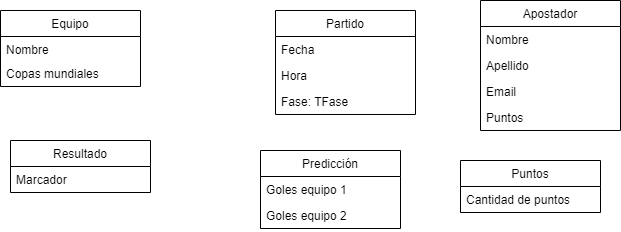
Above: Diagrama_de_clases.png in AFungo/Prode-AYDS2022-BAF (draw.io), before the change. Source tidied: cells renumbered, new cells last; positions are measured from the earlier drawing's top-left corner, leaving out a move shared by most shapes. The source it was exported from:
```xml
<mxGraphModel>
  <root>
    <mxCell id="0" />
    <mxCell id="1" parent="0" />
    <mxCell id="2" value="Equipo" style="swimlane;fontStyle=0;horizontal=1;startSize=26;fillColor=none;" parent="1" vertex="1">
      <mxGeometry y="10" width="140" height="76" as="geometry" />
    </mxCell>
    <mxCell id="3" value="Nombre" style="text;strokeColor=none;fillColor=none;align=left;verticalAlign=top;spacingLeft=4;spacingRight=4;overflow=hidden;" parent="2" vertex="1">
      <mxGeometry y="26" width="140" height="24" as="geometry" />
    </mxCell>
    <mxCell id="4" value="Copas mundiales" style="text;strokeColor=none;fillColor=none;align=left;verticalAlign=top;spacingLeft=4;spacingRight=4;overflow=hidden;points=[[0,0.5],[1,0.5]];portConstraint=eastwest;" parent="2" vertex="1">
      <mxGeometry y="50" width="140" height="26" as="geometry" />
    </mxCell>
    <mxCell id="5" value="Partido" style="swimlane;fontStyle=0;horizontal=1;startSize=26;fillColor=none;" parent="1" vertex="1">
      <mxGeometry x="275" y="10" width="140" height="104" as="geometry" />
    </mxCell>
    <mxCell id="6" value="Fecha" style="text;strokeColor=none;fillColor=none;align=left;verticalAlign=top;spacingLeft=4;spacingRight=4;overflow=hidden;points=[[0,0.5],[1,0.5]];portConstraint=eastwest;" parent="5" vertex="1">
      <mxGeometry y="26" width="140" height="26" as="geometry" />
    </mxCell>
    <mxCell id="7" value="Hora" style="text;strokeColor=none;fillColor=none;align=left;verticalAlign=top;spacingLeft=4;spacingRight=4;overflow=hidden;" parent="5" vertex="1">
      <mxGeometry y="52" width="140" height="26" as="geometry" />
    </mxCell>
    <mxCell id="8" value="Fase: TFase" style="text;strokeColor=none;fillColor=none;align=left;verticalAlign=top;spacingLeft=4;spacingRight=4;overflow=hidden;points=[[0,0.5],[1,0.5]];portConstraint=eastwest;" parent="5" vertex="1">
      <mxGeometry y="78" width="140" height="26" as="geometry" />
    </mxCell>
    <mxCell id="9" value="Apostador" style="swimlane;fontStyle=0;horizontal=1;startSize=26;fillColor=none;" parent="1" vertex="1">
      <mxGeometry x="480" width="140" height="130" as="geometry" />
    </mxCell>
    <mxCell id="10" value="Nombre" style="text;strokeColor=none;fillColor=none;align=left;verticalAlign=top;spacingLeft=4;spacingRight=4;overflow=hidden;" parent="9" vertex="1">
      <mxGeometry y="26" width="140" height="26" as="geometry" />
    </mxCell>
    <mxCell id="11" value="Apellido" style="text;strokeColor=none;fillColor=none;align=left;verticalAlign=top;spacingLeft=4;spacingRight=4;overflow=hidden;" parent="9" vertex="1">
      <mxGeometry y="52" width="140" height="26" as="geometry" />
    </mxCell>
    <mxCell id="12" value="Email&#10;&#10;" style="text;strokeColor=none;fillColor=none;align=left;verticalAlign=top;spacingLeft=4;spacingRight=4;overflow=hidden;" parent="9" vertex="1">
      <mxGeometry y="78" width="140" height="26" as="geometry" />
    </mxCell>
    <mxCell id="13" value="Puntos" style="text;strokeColor=none;fillColor=none;align=left;verticalAlign=top;spacingLeft=4;spacingRight=4;overflow=hidden;points=[[0,0.5],[1,0.5]];portConstraint=eastwest;" parent="9" vertex="1">
      <mxGeometry y="104" width="140" height="26" as="geometry" />
    </mxCell>
    <mxCell id="14" value="Resultado" style="swimlane;fontStyle=0;horizontal=1;startSize=26;fillColor=none;" parent="1" vertex="1">
      <mxGeometry x="10" y="140" width="140" height="52" as="geometry" />
    </mxCell>
    <mxCell id="15" value="Marcador" style="text;strokeColor=none;fillColor=none;align=left;verticalAlign=top;spacingLeft=4;spacingRight=4;overflow=hidden;points=[[0,0.5],[1,0.5]];portConstraint=eastwest;" parent="14" vertex="1">
      <mxGeometry y="26" width="140" height="26" as="geometry" />
    </mxCell>
    <mxCell id="16" value="Predicción" style="swimlane;fontStyle=0;horizontal=1;startSize=26;fillColor=none;" parent="1" vertex="1">
      <mxGeometry x="260" y="150" width="140" height="78" as="geometry" />
    </mxCell>
    <mxCell id="17" value="Goles equipo 1" style="text;strokeColor=none;fillColor=none;align=left;verticalAlign=top;spacingLeft=4;spacingRight=4;overflow=hidden;points=[[0,0.5],[1,0.5]];portConstraint=eastwest;" parent="16" vertex="1">
      <mxGeometry y="26" width="140" height="26" as="geometry" />
    </mxCell>
    <mxCell id="18" value="Goles equipo 2" style="text;strokeColor=none;fillColor=none;align=left;verticalAlign=top;spacingLeft=4;spacingRight=4;overflow=hidden;" parent="16" vertex="1">
      <mxGeometry y="52" width="140" height="26" as="geometry" />
    </mxCell>
    <mxCell id="19" value="Puntos" style="swimlane;fontStyle=0;horizontal=1;startSize=26;fillColor=none;" parent="1" vertex="1">
      <mxGeometry x="460" y="160" width="140" height="52" as="geometry" />
    </mxCell>
    <mxCell id="20" value="Cantidad de puntos" style="text;strokeColor=none;fillColor=none;align=left;verticalAlign=top;spacingLeft=4;spacingRight=4;overflow=hidden;" parent="19" vertex="1">
      <mxGeometry y="26" width="140" height="26" as="geometry" />
    </mxCell>
  </root>
</mxGraphModel>
```
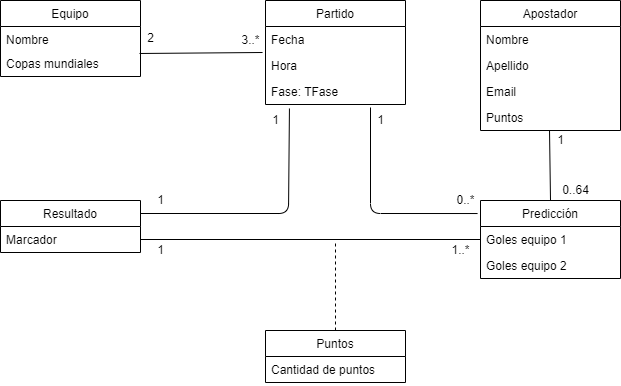
The same file after the commit.

Commit message:
Relaciones y multiplicidad hechas

Diff of the diagram source:
```diff
@@ -12,7 +12,7 @@
       <mxGeometry y="50" width="140" height="26" as="geometry" />
     </mxCell>
     <mxCell id="5" value="Partido" style="swimlane;fontStyle=0;horizontal=1;startSize=26;fillColor=none;" parent="1" vertex="1">
-      <mxGeometry x="275" y="10" width="140" height="104" as="geometry" />
+      <mxGeometry x="265" y="10" width="140" height="104" as="geometry" />
     </mxCell>
     <mxCell id="6" value="Fecha" style="text;strokeColor=none;fillColor=none;align=left;verticalAlign=top;spacingLeft=4;spacingRight=4;overflow=hidden;points=[[0,0.5],[1,0.5]];portConstraint=eastwest;" parent="5" vertex="1">
       <mxGeometry y="26" width="140" height="26" as="geometry" />
@@ -24,7 +24,7 @@
       <mxGeometry y="78" width="140" height="26" as="geometry" />
     </mxCell>
     <mxCell id="9" value="Apostador" style="swimlane;fontStyle=0;horizontal=1;startSize=26;fillColor=none;" parent="1" vertex="1">
-      <mxGeometry x="480" width="140" height="130" as="geometry" />
+      <mxGeometry x="480" y="10" width="140" height="130" as="geometry" />
     </mxCell>
     <mxCell id="10" value="Nombre" style="text;strokeColor=none;fillColor=none;align=left;verticalAlign=top;spacingLeft=4;spacingRight=4;overflow=hidden;" parent="9" vertex="1">
       <mxGeometry y="26" width="140" height="26" as="geometry" />
@@ -39,13 +39,13 @@
       <mxGeometry y="104" width="140" height="26" as="geometry" />
     </mxCell>
     <mxCell id="14" value="Resultado" style="swimlane;fontStyle=0;horizontal=1;startSize=26;fillColor=none;" parent="1" vertex="1">
-      <mxGeometry x="10" y="140" width="140" height="52" as="geometry" />
+      <mxGeometry y="210" width="140" height="52" as="geometry" />
     </mxCell>
     <mxCell id="15" value="Marcador" style="text;strokeColor=none;fillColor=none;align=left;verticalAlign=top;spacingLeft=4;spacingRight=4;overflow=hidden;points=[[0,0.5],[1,0.5]];portConstraint=eastwest;" parent="14" vertex="1">
       <mxGeometry y="26" width="140" height="26" as="geometry" />
     </mxCell>
     <mxCell id="16" value="Predicción" style="swimlane;fontStyle=0;horizontal=1;startSize=26;fillColor=none;" parent="1" vertex="1">
-      <mxGeometry x="260" y="150" width="140" height="78" as="geometry" />
+      <mxGeometry x="480" y="210" width="140" height="78" as="geometry" />
     </mxCell>
     <mxCell id="17" value="Goles equipo 1" style="text;strokeColor=none;fillColor=none;align=left;verticalAlign=top;spacingLeft=4;spacingRight=4;overflow=hidden;points=[[0,0.5],[1,0.5]];portConstraint=eastwest;" parent="16" vertex="1">
       <mxGeometry y="26" width="140" height="26" as="geometry" />
@@ -54,10 +54,68 @@
       <mxGeometry y="52" width="140" height="26" as="geometry" />
     </mxCell>
     <mxCell id="19" value="Puntos" style="swimlane;fontStyle=0;horizontal=1;startSize=26;fillColor=none;" parent="1" vertex="1">
-      <mxGeometry x="460" y="160" width="140" height="52" as="geometry" />
+      <mxGeometry x="265" y="340" width="140" height="52" as="geometry" />
     </mxCell>
     <mxCell id="20" value="Cantidad de puntos" style="text;strokeColor=none;fillColor=none;align=left;verticalAlign=top;spacingLeft=4;spacingRight=4;overflow=hidden;" parent="19" vertex="1">
       <mxGeometry y="26" width="140" height="26" as="geometry" />
     </mxCell>
+    <mxCell id="21" value="2" style="text;html=1;align=center;verticalAlign=middle;strokeColor=none;" parent="1" vertex="1">
+      <mxGeometry x="140" y="38" width="20" height="20" as="geometry" />
+    </mxCell>
+    <mxCell id="22" value="3..*" style="text;html=1;align=center;verticalAlign=middle;strokeColor=none;" parent="1" vertex="1">
+      <mxGeometry x="235" y="40" width="30" height="20" as="geometry" />
+    </mxCell>
+    <mxCell id="23" style="endArrow=none;html=1;entryX=-0.021;entryY=1;entryDx=0;entryDy=0;entryPerimeter=0;exitX=0.993;exitY=0.115;exitDx=0;exitDy=0;exitPerimeter=0;" parent="1" edge="1" source="4" target="6">
+      <mxGeometry relative="1" as="geometry" />
+    </mxCell>
+    <mxCell id="24" style="endArrow=none;html=1;exitX=1;exitY=0.25;exitDx=0;exitDy=0;entryX=0.171;entryY=1.154;entryDx=0;entryDy=0;entryPerimeter=0;" parent="1" edge="1" source="14" target="8">
+      <mxGeometry relative="1" as="geometry">
+        <Array as="points">
+          <mxPoint x="288" y="223" />
+        </Array>
+      </mxGeometry>
+    </mxCell>
+    <mxCell id="25" value="1" style="text;html=1;align=center;verticalAlign=middle;strokeColor=none;" parent="1" vertex="1">
+      <mxGeometry x="150" y="200" width="20" height="20" as="geometry" />
+    </mxCell>
+    <mxCell id="26" value="1" style="text;html=1;align=center;verticalAlign=middle;strokeColor=none;" parent="1" vertex="1">
+      <mxGeometry x="265" y="120" width="20" height="20" as="geometry" />
+    </mxCell>
+    <mxCell id="27" style="endArrow=none;html=1;entryX=-0.021;entryY=0.167;entryDx=0;entryDy=0;entryPerimeter=0;exitX=0.75;exitY=1.115;exitDx=0;exitDy=0;exitPerimeter=0;" parent="1" edge="1" source="8" target="16">
+      <mxGeometry relative="1" as="geometry">
+        <Array as="points">
+          <mxPoint x="370" y="223" />
+        </Array>
+      </mxGeometry>
+    </mxCell>
+    <mxCell id="28" value="1" style="text;html=1;align=center;verticalAlign=middle;strokeColor=none;" parent="1" vertex="1">
+      <mxGeometry x="370" y="120" width="20" height="20" as="geometry" />
+    </mxCell>
+    <mxCell id="29" value="0..*" style="text;html=1;align=center;verticalAlign=middle;strokeColor=none;" parent="1" vertex="1">
+      <mxGeometry x="450" y="200" width="30" height="20" as="geometry" />
+    </mxCell>
+    <mxCell id="30" style="endArrow=none;html=1;entryX=0.493;entryY=1;entryDx=0;entryDy=0;entryPerimeter=0;exitX=0.5;exitY=0;exitDx=0;exitDy=0;" parent="1" edge="1" source="16" target="13">
+      <mxGeometry relative="1" as="geometry" />
+    </mxCell>
+    <mxCell id="31" value="0..64" style="text;html=1;align=center;verticalAlign=middle;strokeColor=none;" parent="1" vertex="1">
+      <mxGeometry x="555" y="190" width="40" height="20" as="geometry" />
+    </mxCell>
+    <mxCell id="32" value="1" style="text;html=1;align=center;verticalAlign=middle;strokeColor=none;" parent="1" vertex="1">
+      <mxGeometry x="550" y="140" width="20" height="20" as="geometry" />
+    </mxCell>
+    <mxCell id="33" style="endArrow=none;html=1;exitX=1;exitY=0.5;exitDx=0;exitDy=0;entryX=0;entryY=0.5;entryDx=0;entryDy=0;" parent="1" edge="1" source="15" target="17">
+      <mxGeometry relative="1" as="geometry" />
+    </mxCell>
+    <mxCell id="34" value="1..*" style="text;html=1;align=center;verticalAlign=middle;strokeColor=none;" parent="1" vertex="1">
+      <mxGeometry x="445" y="250" width="30" height="20" as="geometry" />
+    </mxCell>
+    <mxCell id="35" value="1" style="text;html=1;align=center;verticalAlign=middle;strokeColor=none;" parent="1" vertex="1">
+      <mxGeometry x="150" y="250" width="20" height="20" as="geometry" />
+    </mxCell>
+    <mxCell id="36" style="endArrow=none;dashed=1;html=1;exitX=0.5;exitY=0;exitDx=0;exitDy=0;" parent="1" edge="1" source="19">
+      <mxGeometry relative="1" as="geometry">
+        <mxPoint x="335" y="250" as="targetPoint" />
+      </mxGeometry>
+    </mxCell>
   </root>
 </mxGraphModel>
```
